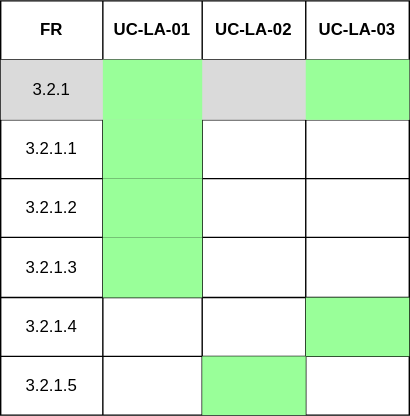
Before: docs/srs/Use_Cases/Traceability_Matrix/FR3_2.svg, a diagram exported from draw.io (COS301-SE-2026/UMTAS). Source tidied: cells renumbered, new cells last; positions are measured from the earlier drawing's top-left corner, leaving out a move shared by most shapes. Source of this version:
```xml
<mxGraphModel>
  <root>
    <mxCell id="0" />
    <mxCell id="1" parent="0" />
    <mxCell id="2" style="shape=table;startSize=0;strokeColor=default;" parent="1" vertex="1">
      <mxGeometry width="292" height="296" as="geometry" />
    </mxCell>
    <mxCell id="3" style="shape=tableRow;horizontal=0;startSize=0;swimlaneHead=0;swimlaneBody=0;strokeColor=inherit;top=0;left=0;bottom=0;right=0;fillColor=none;" parent="2" vertex="1">
      <mxGeometry width="292" height="42" as="geometry" />
    </mxCell>
    <mxCell id="4" value="FR" style="shape=partialRectangle;html=1;whiteSpace=wrap;strokeColor=inherit;overflow=hidden;fillColor=none;top=0;left=0;bottom=0;right=0;fontStyle=1;" parent="3" vertex="1">
      <mxGeometry width="73" height="42" as="geometry" />
    </mxCell>
    <mxCell id="5" value="UC-LA-01" style="shape=partialRectangle;html=1;whiteSpace=wrap;strokeColor=inherit;overflow=hidden;fillColor=none;top=0;left=0;bottom=0;right=0;fontStyle=1;" parent="3" vertex="1">
      <mxGeometry x="73" width="71" height="42" as="geometry" />
    </mxCell>
    <mxCell id="6" value="&lt;span style=&quot;color: rgb(0, 0, 0);&quot;&gt;UC-LA-02&lt;/span&gt;" style="shape=partialRectangle;html=1;whiteSpace=wrap;strokeColor=inherit;overflow=hidden;fillColor=none;top=0;left=0;bottom=0;right=0;fontStyle=1;" parent="3" vertex="1">
      <mxGeometry x="144" width="74" height="42" as="geometry" />
    </mxCell>
    <mxCell id="7" value="UC-LA-03" style="shape=partialRectangle;html=1;whiteSpace=wrap;strokeColor=inherit;overflow=hidden;fillColor=none;top=0;left=0;bottom=0;right=0;fontStyle=1;" parent="3" vertex="1">
      <mxGeometry x="218" width="74" height="42" as="geometry" />
    </mxCell>
    <mxCell id="8" style="shape=tableRow;horizontal=0;startSize=0;swimlaneHead=0;swimlaneBody=0;strokeColor=inherit;top=0;left=0;bottom=0;right=0;fillColor=#DADADA;" parent="2" vertex="1">
      <mxGeometry y="42" width="292" height="43" as="geometry" />
    </mxCell>
    <mxCell id="9" value="3.2.1" style="shape=partialRectangle;html=1;whiteSpace=wrap;strokeColor=inherit;overflow=hidden;fillColor=none;top=0;left=0;bottom=0;right=0;" parent="8" vertex="1">
      <mxGeometry width="73" height="43" as="geometry" />
    </mxCell>
    <mxCell id="10" style="shape=partialRectangle;html=1;whiteSpace=wrap;strokeColor=inherit;overflow=hidden;fillColor=#99FF99;top=0;left=0;bottom=0;right=0;" parent="8" vertex="1">
      <mxGeometry x="73" width="71" height="43" as="geometry" />
    </mxCell>
    <mxCell id="11" style="shape=partialRectangle;html=1;whiteSpace=wrap;strokeColor=inherit;overflow=hidden;fillColor=none;top=0;left=0;bottom=0;right=0;" parent="8" vertex="1">
      <mxGeometry x="144" width="74" height="43" as="geometry" />
    </mxCell>
    <mxCell id="12" style="shape=partialRectangle;html=1;whiteSpace=wrap;strokeColor=inherit;overflow=hidden;fillColor=#99FF99;top=0;left=0;bottom=0;right=0;" parent="8" vertex="1">
      <mxGeometry x="218" width="74" height="43" as="geometry" />
    </mxCell>
    <mxCell id="13" style="shape=tableRow;horizontal=0;startSize=0;swimlaneHead=0;swimlaneBody=0;strokeColor=inherit;top=0;left=0;bottom=0;right=0;fillColor=none;" parent="2" vertex="1">
      <mxGeometry y="85" width="292" height="42" as="geometry" />
    </mxCell>
    <mxCell id="14" value="3.2.1.1" style="shape=partialRectangle;html=1;whiteSpace=wrap;strokeColor=inherit;overflow=hidden;fillColor=none;top=0;left=0;bottom=0;right=0;" parent="13" vertex="1">
      <mxGeometry width="73" height="42" as="geometry" />
    </mxCell>
    <mxCell id="15" style="shape=partialRectangle;html=1;whiteSpace=wrap;strokeColor=inherit;overflow=hidden;fillColor=#99FF99;top=0;left=0;bottom=0;right=0;" parent="13" vertex="1">
      <mxGeometry x="73" width="71" height="42" as="geometry" />
    </mxCell>
    <mxCell id="16" style="shape=partialRectangle;html=1;whiteSpace=wrap;strokeColor=inherit;overflow=hidden;fillColor=none;top=0;left=0;bottom=0;right=0;" parent="13" vertex="1">
      <mxGeometry x="144" width="74" height="42" as="geometry" />
    </mxCell>
    <mxCell id="17" style="shape=partialRectangle;html=1;whiteSpace=wrap;strokeColor=inherit;overflow=hidden;fillColor=none;top=0;left=0;bottom=0;right=0;" parent="13" vertex="1">
      <mxGeometry x="218" width="74" height="42" as="geometry" />
    </mxCell>
    <mxCell id="18" style="shape=tableRow;horizontal=0;startSize=0;swimlaneHead=0;swimlaneBody=0;strokeColor=inherit;top=0;left=0;bottom=0;right=0;fillColor=none;" parent="2" vertex="1">
      <mxGeometry y="127" width="292" height="42" as="geometry" />
    </mxCell>
    <mxCell id="19" value="3.2.1.2" style="shape=partialRectangle;html=1;whiteSpace=wrap;strokeColor=inherit;overflow=hidden;fillColor=none;top=0;left=0;bottom=0;right=0;" parent="18" vertex="1">
      <mxGeometry width="73" height="42" as="geometry" />
    </mxCell>
    <mxCell id="20" style="shape=partialRectangle;html=1;whiteSpace=wrap;strokeColor=inherit;overflow=hidden;fillColor=#99FF99;top=0;left=0;bottom=0;right=0;" parent="18" vertex="1">
      <mxGeometry x="73" width="71" height="42" as="geometry" />
    </mxCell>
    <mxCell id="21" style="shape=partialRectangle;html=1;whiteSpace=wrap;strokeColor=inherit;overflow=hidden;fillColor=none;top=0;left=0;bottom=0;right=0;" parent="18" vertex="1">
      <mxGeometry x="144" width="74" height="42" as="geometry" />
    </mxCell>
    <mxCell id="22" style="shape=partialRectangle;html=1;whiteSpace=wrap;strokeColor=inherit;overflow=hidden;fillColor=none;top=0;left=0;bottom=0;right=0;" parent="18" vertex="1">
      <mxGeometry x="218" width="74" height="42" as="geometry" />
    </mxCell>
    <mxCell id="23" style="shape=tableRow;horizontal=0;startSize=0;swimlaneHead=0;swimlaneBody=0;strokeColor=inherit;top=0;left=0;bottom=0;right=0;fillColor=none;" parent="2" vertex="1">
      <mxGeometry y="169" width="292" height="43" as="geometry" />
    </mxCell>
    <mxCell id="24" value="3.2.1.3" style="shape=partialRectangle;html=1;whiteSpace=wrap;strokeColor=inherit;overflow=hidden;fillColor=none;top=0;left=0;bottom=0;right=0;" parent="23" vertex="1">
      <mxGeometry width="73" height="43" as="geometry" />
    </mxCell>
    <mxCell id="25" style="shape=partialRectangle;html=1;whiteSpace=wrap;strokeColor=inherit;overflow=hidden;fillColor=#99FF99;top=0;left=0;bottom=0;right=0;" parent="23" vertex="1">
      <mxGeometry x="73" width="71" height="43" as="geometry" />
    </mxCell>
    <mxCell id="26" style="shape=partialRectangle;html=1;whiteSpace=wrap;strokeColor=inherit;overflow=hidden;fillColor=none;top=0;left=0;bottom=0;right=0;" parent="23" vertex="1">
      <mxGeometry x="144" width="74" height="43" as="geometry" />
    </mxCell>
    <mxCell id="27" style="shape=partialRectangle;html=1;whiteSpace=wrap;strokeColor=inherit;overflow=hidden;fillColor=none;top=0;left=0;bottom=0;right=0;" parent="23" vertex="1">
      <mxGeometry x="218" width="74" height="43" as="geometry" />
    </mxCell>
    <mxCell id="28" style="shape=tableRow;horizontal=0;startSize=0;swimlaneHead=0;swimlaneBody=0;strokeColor=inherit;top=0;left=0;bottom=0;right=0;fillColor=none;" parent="2" vertex="1">
      <mxGeometry y="212" width="292" height="42" as="geometry" />
    </mxCell>
    <mxCell id="29" value="3.2.1.4" style="shape=partialRectangle;html=1;whiteSpace=wrap;strokeColor=inherit;overflow=hidden;fillColor=none;top=0;left=0;bottom=0;right=0;" parent="28" vertex="1">
      <mxGeometry width="73" height="42" as="geometry" />
    </mxCell>
    <mxCell id="30" style="shape=partialRectangle;html=1;whiteSpace=wrap;strokeColor=inherit;overflow=hidden;fillColor=none;top=0;left=0;bottom=0;right=0;" parent="28" vertex="1">
      <mxGeometry x="73" width="71" height="42" as="geometry" />
    </mxCell>
    <mxCell id="31" style="shape=partialRectangle;html=1;whiteSpace=wrap;strokeColor=inherit;overflow=hidden;fillColor=none;top=0;left=0;bottom=0;right=0;" parent="28" vertex="1">
      <mxGeometry x="144" width="74" height="42" as="geometry" />
    </mxCell>
    <mxCell id="32" style="shape=partialRectangle;html=1;whiteSpace=wrap;strokeColor=inherit;overflow=hidden;fillColor=#99FF99;top=0;left=0;bottom=0;right=0;" parent="28" vertex="1">
      <mxGeometry x="218" width="74" height="42" as="geometry" />
    </mxCell>
    <mxCell id="33" style="shape=tableRow;horizontal=0;startSize=0;swimlaneHead=0;swimlaneBody=0;strokeColor=inherit;top=0;left=0;bottom=0;right=0;fillColor=none;" parent="2" vertex="1">
      <mxGeometry y="254" width="292" height="42" as="geometry" />
    </mxCell>
    <mxCell id="34" value="3.2.1.5" style="shape=partialRectangle;html=1;whiteSpace=wrap;strokeColor=inherit;overflow=hidden;fillColor=none;top=0;left=0;bottom=0;right=0;" parent="33" vertex="1">
      <mxGeometry width="73" height="42" as="geometry" />
    </mxCell>
    <mxCell id="35" style="shape=partialRectangle;html=1;whiteSpace=wrap;strokeColor=inherit;overflow=hidden;fillColor=none;top=0;left=0;bottom=0;right=0;" parent="33" vertex="1">
      <mxGeometry x="73" width="71" height="42" as="geometry" />
    </mxCell>
    <mxCell id="36" style="shape=partialRectangle;html=1;whiteSpace=wrap;strokeColor=inherit;overflow=hidden;fillColor=#99FF99;top=0;left=0;bottom=0;right=0;" parent="33" vertex="1">
      <mxGeometry x="144" width="74" height="42" as="geometry" />
    </mxCell>
    <mxCell id="37" style="shape=partialRectangle;html=1;whiteSpace=wrap;strokeColor=inherit;overflow=hidden;fillColor=none;top=0;left=0;bottom=0;right=0;" parent="33" vertex="1">
      <mxGeometry x="218" width="74" height="42" as="geometry" />
    </mxCell>
  </root>
</mxGraphModel>
```
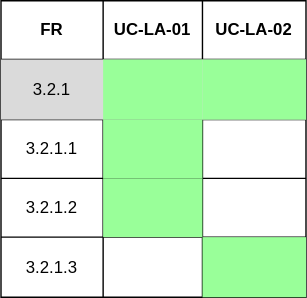
Later version of the same file.

What changed in the source:
```diff
@@ -3,10 +3,10 @@
     <mxCell id="0" />
     <mxCell id="1" parent="0" />
     <mxCell id="2" style="shape=table;startSize=0;strokeColor=default;" parent="1" vertex="1">
-      <mxGeometry width="292" height="296" as="geometry" />
+      <mxGeometry width="218" height="212" as="geometry" />
     </mxCell>
     <mxCell id="3" style="shape=tableRow;horizontal=0;startSize=0;swimlaneHead=0;swimlaneBody=0;strokeColor=inherit;top=0;left=0;bottom=0;right=0;fillColor=none;" parent="2" vertex="1">
-      <mxGeometry width="292" height="42" as="geometry" />
+      <mxGeometry width="218" height="42" as="geometry" />
     </mxCell>
     <mxCell id="4" value="FR" style="shape=partialRectangle;html=1;whiteSpace=wrap;strokeColor=inherit;overflow=hidden;fillColor=none;top=0;left=0;bottom=0;right=0;fontStyle=1;" parent="3" vertex="1">
       <mxGeometry width="73" height="42" as="geometry" />
@@ -17,11 +17,8 @@
     <mxCell id="6" value="&lt;span style=&quot;color: rgb(0, 0, 0);&quot;&gt;UC-LA-02&lt;/span&gt;" style="shape=partialRectangle;html=1;whiteSpace=wrap;strokeColor=inherit;overflow=hidden;fillColor=none;top=0;left=0;bottom=0;right=0;fontStyle=1;" parent="3" vertex="1">
       <mxGeometry x="144" width="74" height="42" as="geometry" />
     </mxCell>
-    <mxCell id="7" value="UC-LA-03" style="shape=partialRectangle;html=1;whiteSpace=wrap;strokeColor=inherit;overflow=hidden;fillColor=none;top=0;left=0;bottom=0;right=0;fontStyle=1;" parent="3" vertex="1">
-      <mxGeometry x="218" width="74" height="42" as="geometry" />
-    </mxCell>
     <mxCell id="8" style="shape=tableRow;horizontal=0;startSize=0;swimlaneHead=0;swimlaneBody=0;strokeColor=inherit;top=0;left=0;bottom=0;right=0;fillColor=#DADADA;" parent="2" vertex="1">
-      <mxGeometry y="42" width="292" height="43" as="geometry" />
+      <mxGeometry y="42" width="218" height="43" as="geometry" />
     </mxCell>
     <mxCell id="9" value="3.2.1" style="shape=partialRectangle;html=1;whiteSpace=wrap;strokeColor=inherit;overflow=hidden;fillColor=none;top=0;left=0;bottom=0;right=0;" parent="8" vertex="1">
       <mxGeometry width="73" height="43" as="geometry" />
@@ -29,14 +26,11 @@
     <mxCell id="10" style="shape=partialRectangle;html=1;whiteSpace=wrap;strokeColor=inherit;overflow=hidden;fillColor=#99FF99;top=0;left=0;bottom=0;right=0;" parent="8" vertex="1">
       <mxGeometry x="73" width="71" height="43" as="geometry" />
     </mxCell>
-    <mxCell id="11" style="shape=partialRectangle;html=1;whiteSpace=wrap;strokeColor=inherit;overflow=hidden;fillColor=none;top=0;left=0;bottom=0;right=0;" parent="8" vertex="1">
+    <mxCell id="11" style="shape=partialRectangle;html=1;whiteSpace=wrap;strokeColor=inherit;overflow=hidden;fillColor=#99FF99;top=0;left=0;bottom=0;right=0;" parent="8" vertex="1">
       <mxGeometry x="144" width="74" height="43" as="geometry" />
     </mxCell>
-    <mxCell id="12" style="shape=partialRectangle;html=1;whiteSpace=wrap;strokeColor=inherit;overflow=hidden;fillColor=#99FF99;top=0;left=0;bottom=0;right=0;" parent="8" vertex="1">
-      <mxGeometry x="218" width="74" height="43" as="geometry" />
-    </mxCell>
     <mxCell id="13" style="shape=tableRow;horizontal=0;startSize=0;swimlaneHead=0;swimlaneBody=0;strokeColor=inherit;top=0;left=0;bottom=0;right=0;fillColor=none;" parent="2" vertex="1">
-      <mxGeometry y="85" width="292" height="42" as="geometry" />
+      <mxGeometry y="85" width="218" height="42" as="geometry" />
     </mxCell>
     <mxCell id="14" value="3.2.1.1" style="shape=partialRectangle;html=1;whiteSpace=wrap;strokeColor=inherit;overflow=hidden;fillColor=none;top=0;left=0;bottom=0;right=0;" parent="13" vertex="1">
       <mxGeometry width="73" height="42" as="geometry" />
@@ -47,11 +41,8 @@
     <mxCell id="16" style="shape=partialRectangle;html=1;whiteSpace=wrap;strokeColor=inherit;overflow=hidden;fillColor=none;top=0;left=0;bottom=0;right=0;" parent="13" vertex="1">
       <mxGeometry x="144" width="74" height="42" as="geometry" />
     </mxCell>
-    <mxCell id="17" style="shape=partialRectangle;html=1;whiteSpace=wrap;strokeColor=inherit;overflow=hidden;fillColor=none;top=0;left=0;bottom=0;right=0;" parent="13" vertex="1">
-      <mxGeometry x="218" width="74" height="42" as="geometry" />
-    </mxCell>
     <mxCell id="18" style="shape=tableRow;horizontal=0;startSize=0;swimlaneHead=0;swimlaneBody=0;strokeColor=inherit;top=0;left=0;bottom=0;right=0;fillColor=none;" parent="2" vertex="1">
-      <mxGeometry y="127" width="292" height="42" as="geometry" />
+      <mxGeometry y="127" width="218" height="42" as="geometry" />
     </mxCell>
     <mxCell id="19" value="3.2.1.2" style="shape=partialRectangle;html=1;whiteSpace=wrap;strokeColor=inherit;overflow=hidden;fillColor=none;top=0;left=0;bottom=0;right=0;" parent="18" vertex="1">
       <mxGeometry width="73" height="42" as="geometry" />
@@ -62,53 +53,17 @@
     <mxCell id="21" style="shape=partialRectangle;html=1;whiteSpace=wrap;strokeColor=inherit;overflow=hidden;fillColor=none;top=0;left=0;bottom=0;right=0;" parent="18" vertex="1">
       <mxGeometry x="144" width="74" height="42" as="geometry" />
     </mxCell>
-    <mxCell id="22" style="shape=partialRectangle;html=1;whiteSpace=wrap;strokeColor=inherit;overflow=hidden;fillColor=none;top=0;left=0;bottom=0;right=0;" parent="18" vertex="1">
-      <mxGeometry x="218" width="74" height="42" as="geometry" />
-    </mxCell>
     <mxCell id="23" style="shape=tableRow;horizontal=0;startSize=0;swimlaneHead=0;swimlaneBody=0;strokeColor=inherit;top=0;left=0;bottom=0;right=0;fillColor=none;" parent="2" vertex="1">
-      <mxGeometry y="169" width="292" height="43" as="geometry" />
+      <mxGeometry y="169" width="218" height="43" as="geometry" />
     </mxCell>
     <mxCell id="24" value="3.2.1.3" style="shape=partialRectangle;html=1;whiteSpace=wrap;strokeColor=inherit;overflow=hidden;fillColor=none;top=0;left=0;bottom=0;right=0;" parent="23" vertex="1">
       <mxGeometry width="73" height="43" as="geometry" />
     </mxCell>
-    <mxCell id="25" style="shape=partialRectangle;html=1;whiteSpace=wrap;strokeColor=inherit;overflow=hidden;fillColor=#99FF99;top=0;left=0;bottom=0;right=0;" parent="23" vertex="1">
+    <mxCell id="25" style="shape=partialRectangle;html=1;whiteSpace=wrap;strokeColor=inherit;overflow=hidden;fillColor=none;top=0;left=0;bottom=0;right=0;" parent="23" vertex="1">
       <mxGeometry x="73" width="71" height="43" as="geometry" />
     </mxCell>
-    <mxCell id="26" style="shape=partialRectangle;html=1;whiteSpace=wrap;strokeColor=inherit;overflow=hidden;fillColor=none;top=0;left=0;bottom=0;right=0;" parent="23" vertex="1">
+    <mxCell id="26" style="shape=partialRectangle;html=1;whiteSpace=wrap;strokeColor=inherit;overflow=hidden;fillColor=#99FF99;top=0;left=0;bottom=0;right=0;" parent="23" vertex="1">
       <mxGeometry x="144" width="74" height="43" as="geometry" />
     </mxCell>
-    <mxCell id="27" style="shape=partialRectangle;html=1;whiteSpace=wrap;strokeColor=inherit;overflow=hidden;fillColor=none;top=0;left=0;bottom=0;right=0;" parent="23" vertex="1">
-      <mxGeometry x="218" width="74" height="43" as="geometry" />
-    </mxCell>
-    <mxCell id="28" style="shape=tableRow;horizontal=0;startSize=0;swimlaneHead=0;swimlaneBody=0;strokeColor=inherit;top=0;left=0;bottom=0;right=0;fillColor=none;" parent="2" vertex="1">
-      <mxGeometry y="212" width="292" height="42" as="geometry" />
-    </mxCell>
-    <mxCell id="29" value="3.2.1.4" style="shape=partialRectangle;html=1;whiteSpace=wrap;strokeColor=inherit;overflow=hidden;fillColor=none;top=0;left=0;bottom=0;right=0;" parent="28" vertex="1">
-      <mxGeometry width="73" height="42" as="geometry" />
-    </mxCell>
-    <mxCell id="30" style="shape=partialRectangle;html=1;whiteSpace=wrap;strokeColor=inherit;overflow=hidden;fillColor=none;top=0;left=0;bottom=0;right=0;" parent="28" vertex="1">
-      <mxGeometry x="73" width="71" height="42" as="geometry" />
-    </mxCell>
-    <mxCell id="31" style="shape=partialRectangle;html=1;whiteSpace=wrap;strokeColor=inherit;overflow=hidden;fillColor=none;top=0;left=0;bottom=0;right=0;" parent="28" vertex="1">
-      <mxGeometry x="144" width="74" height="42" as="geometry" />
-    </mxCell>
-    <mxCell id="32" style="shape=partialRectangle;html=1;whiteSpace=wrap;strokeColor=inherit;overflow=hidden;fillColor=#99FF99;top=0;left=0;bottom=0;right=0;" parent="28" vertex="1">
-      <mxGeometry x="218" width="74" height="42" as="geometry" />
-    </mxCell>
-    <mxCell id="33" style="shape=tableRow;horizontal=0;startSize=0;swimlaneHead=0;swimlaneBody=0;strokeColor=inherit;top=0;left=0;bottom=0;right=0;fillColor=none;" parent="2" vertex="1">
-      <mxGeometry y="254" width="292" height="42" as="geometry" />
-    </mxCell>
-    <mxCell id="34" value="3.2.1.5" style="shape=partialRectangle;html=1;whiteSpace=wrap;strokeColor=inherit;overflow=hidden;fillColor=none;top=0;left=0;bottom=0;right=0;" parent="33" vertex="1">
-      <mxGeometry width="73" height="42" as="geometry" />
-    </mxCell>
-    <mxCell id="35" style="shape=partialRectangle;html=1;whiteSpace=wrap;strokeColor=inherit;overflow=hidden;fillColor=none;top=0;left=0;bottom=0;right=0;" parent="33" vertex="1">
-      <mxGeometry x="73" width="71" height="42" as="geometry" />
-    </mxCell>
-    <mxCell id="36" style="shape=partialRectangle;html=1;whiteSpace=wrap;strokeColor=inherit;overflow=hidden;fillColor=#99FF99;top=0;left=0;bottom=0;right=0;" parent="33" vertex="1">
-      <mxGeometry x="144" width="74" height="42" as="geometry" />
-    </mxCell>
-    <mxCell id="37" style="shape=partialRectangle;html=1;whiteSpace=wrap;strokeColor=inherit;overflow=hidden;fillColor=none;top=0;left=0;bottom=0;right=0;" parent="33" vertex="1">
-      <mxGeometry x="218" width="74" height="42" as="geometry" />
-    </mxCell>
   </root>
 </mxGraphModel>
```
